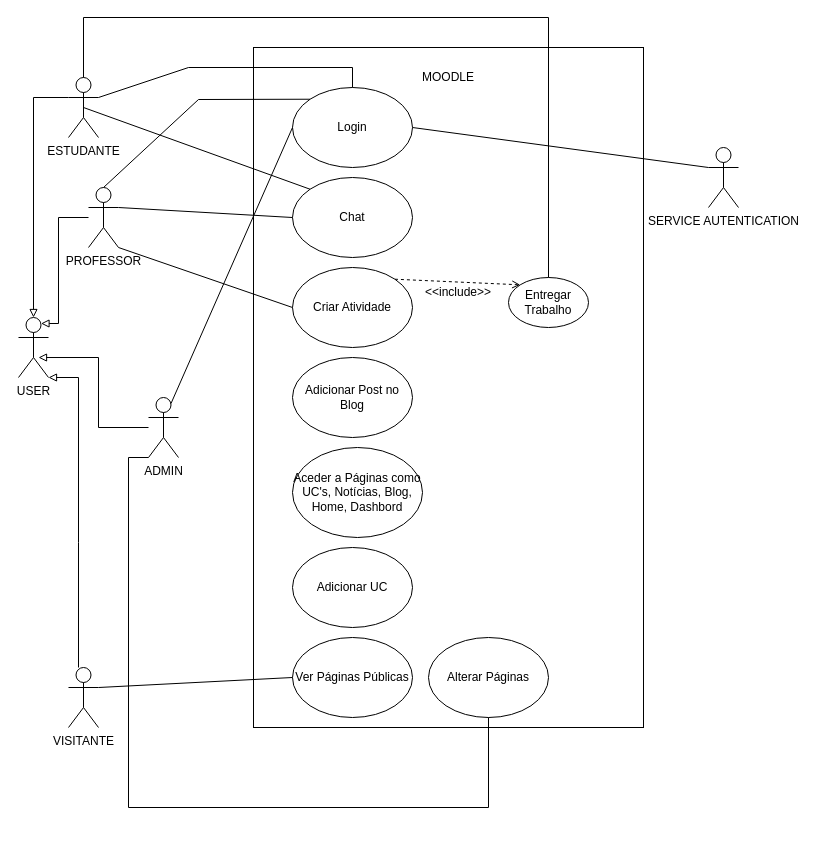
This is page "2.2" (3 of 3) of P/P2/P2.drawio from DavidAraujo98/AS, a draw.io file, before an edit. Source tidied: cells renumbered, new cells numbered last; positions are measured from the earlier drawing's top-left corner, leaving out a move shared by most shapes. Both pictures are drawn from the tidied source at 100%, with x=0, y=0 at pixel (18, 17).
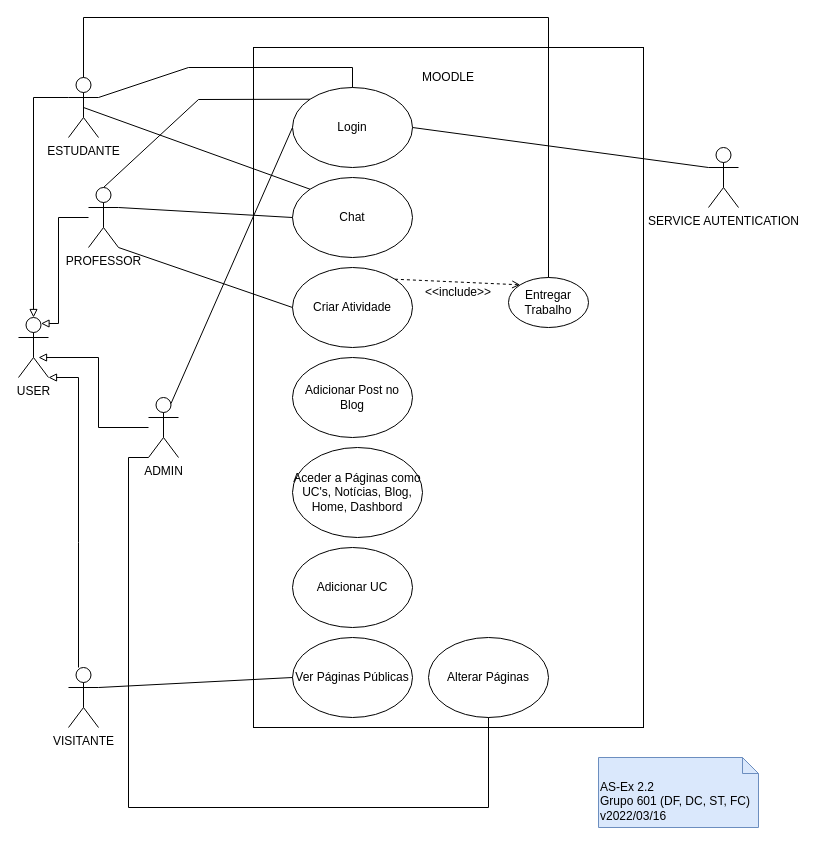
After the change.

The edit, as a diff of the source:
```diff
@@
+    <mxCell id="36" value="AS-Ex 2.2&lt;br&gt;Grupo 601 (DF, DC, ST, FC)&lt;br&gt;v2022/03/16" style="shape=note2;boundedLbl=1;whiteSpace=wrap;html=1;size=16;verticalAlign=top;align=left;fillColor=#dae8fc;strokeColor=#6c8ebf;" parent="1" vertex="1">
+      <mxGeometry x="580" y="740" width="160" height="70" as="geometry" />
+    </mxCell>
```
